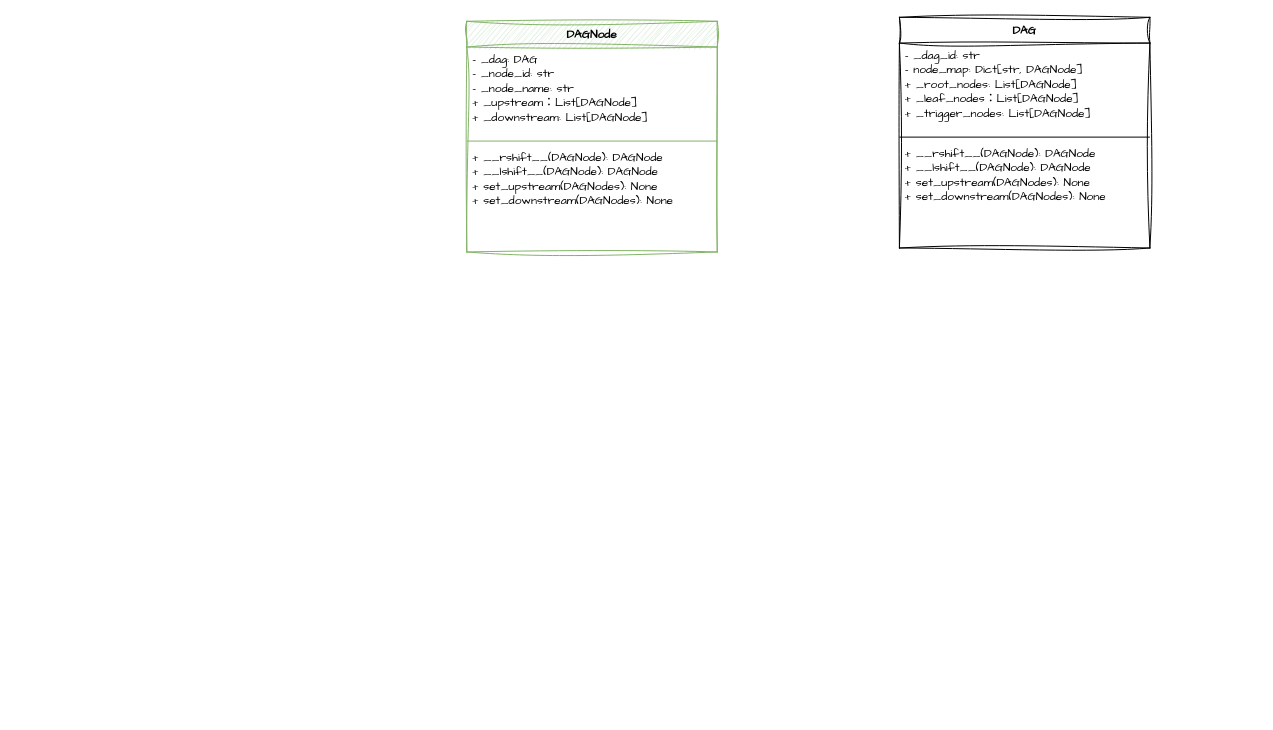
cumbersun/diagrams keeps this draw.io diagram as awel架构.drawio. Above is the earlier version. Source tidied: cells renumbered, new cells numbered last; positions are measured from the earlier drawing's top-left corner, leaving out a move shared by most shapes. Both pictures are drawn from the tidied source at 99%, with x=0, y=0 at pixel (466, 17).
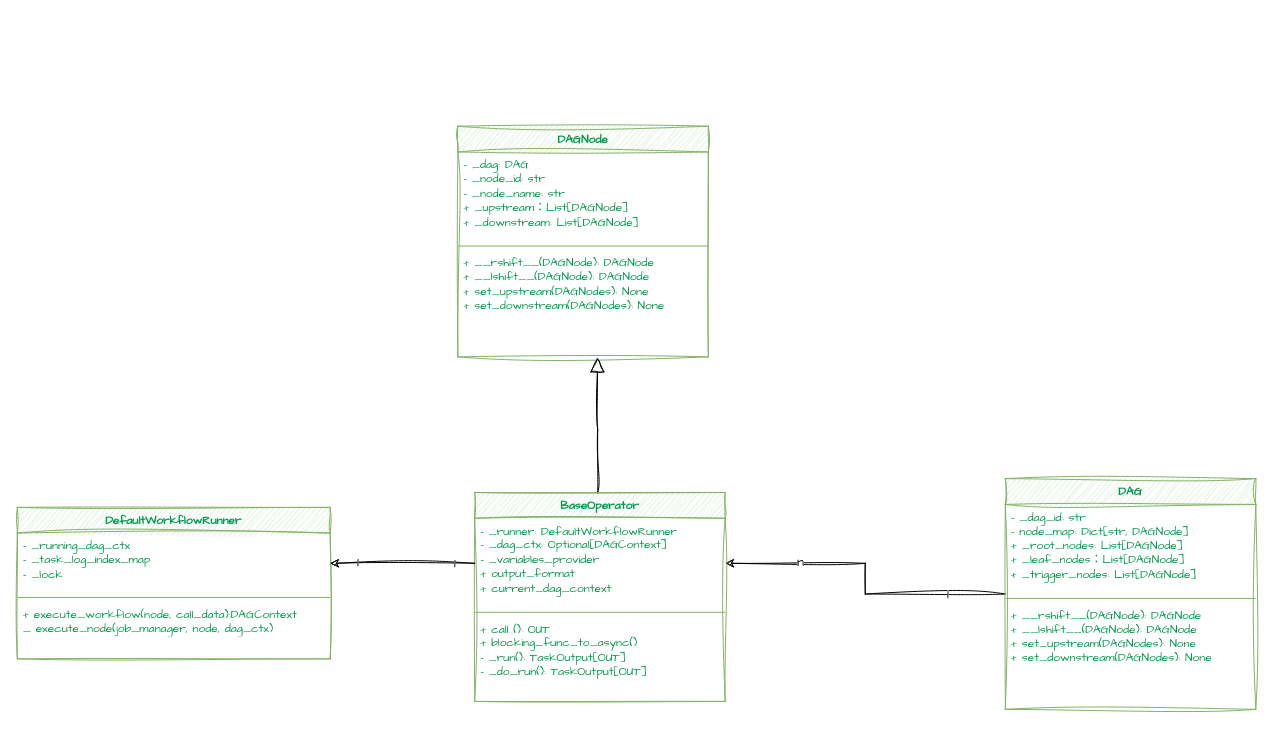
Above is the later version.

The edit, as a diff of the source:
```diff
@@
-    <mxCell id="2" value="DAGNode" style="swimlane;fontStyle=1;align=center;verticalAlign=top;horizontal=1;startSize=26;whiteSpace=wrap;html=1;sketch=1;curveFitting=1;jiggle=2;fontFamily=Comic Sans MS;fillColor=#d5e8d4;strokeColor=#82b366;" parent="1" vertex="1">
-      <mxGeometry y="4" width="253" height="233" as="geometry" />
+    <mxCell id="2" value="DAGNode" style="swimlane;fontStyle=1;align=center;verticalAlign=top;horizontal=1;startSize=26;whiteSpace=wrap;html=1;sketch=1;curveFitting=1;jiggle=2;fontFamily=Comic Sans MS;fillColor=#d5e8d4;strokeColor=#82b366;fontColor=#00994D;" parent="1" vertex="1">
+      <mxGeometry x="-9" y="110" width="253" height="233" as="geometry" />
     </mxCell>
-    <mxCell id="3" value="&lt;div&gt;- _dag: DAG&lt;/div&gt;- _node_id: str&lt;div&gt;- _node_name: str&lt;/div&gt;&lt;div&gt;+&amp;nbsp;_upstream：List[DAGNode]&lt;/div&gt;&lt;div&gt;+ _downstream:&amp;nbsp;&lt;span style=&quot;background-color: transparent; color: light-dark(rgb(0, 0, 0), rgb(255, 255, 255));&quot;&gt;List[DAGNode]&lt;/span&gt;&lt;/div&gt;&lt;div&gt;&lt;span style=&quot;background-color: transparent; color: light-dark(rgb(0, 0, 0), rgb(255, 255, 255));&quot;&gt;&lt;br&gt;&lt;/span&gt;&lt;/div&gt;" style="text;strokeColor=none;fillColor=none;align=left;verticalAlign=top;spacingLeft=4;spacingRight=4;overflow=hidden;whiteSpace=wrap;html=1;fontFamily=Comic Sans MS;" parent="2" vertex="1">
+    <mxCell id="3" value="&lt;div&gt;- _dag: DAG&lt;/div&gt;- _node_id: str&lt;div&gt;- _node_name: str&lt;/div&gt;&lt;div&gt;+&amp;nbsp;_upstream：List[DAGNode]&lt;/div&gt;&lt;div&gt;+ _downstream:&amp;nbsp;&lt;span style=&quot;background-color: transparent;&quot;&gt;List[DAGNode]&lt;/span&gt;&lt;/div&gt;&lt;div&gt;&lt;span style=&quot;background-color: transparent;&quot;&gt;&lt;br&gt;&lt;/span&gt;&lt;/div&gt;" style="text;strokeColor=none;fillColor=none;align=left;verticalAlign=top;spacingLeft=4;spacingRight=4;overflow=hidden;whiteSpace=wrap;html=1;fontFamily=Comic Sans MS;fontColor=#00994D;" parent="2" vertex="1">
       <mxGeometry y="26" width="253" height="91" as="geometry" />
     </mxCell>
-    <mxCell id="4" style="line;strokeWidth=1;fillColor=none;align=left;verticalAlign=middle;spacingTop=-1;spacingLeft=3;spacingRight=3;labelPosition=right;strokeColor=inherit;fontFamily=Comic Sans MS;" parent="2" vertex="1">
+    <mxCell id="4" style="line;strokeWidth=1;fillColor=none;align=left;verticalAlign=middle;spacingTop=-1;spacingLeft=3;spacingRight=3;labelPosition=right;strokeColor=inherit;fontFamily=Comic Sans MS;fontColor=#00994D;" parent="2" vertex="1">
       <mxGeometry y="117" width="253" height="8" as="geometry" />
     </mxCell>
-    <mxCell id="5" value="&lt;div&gt;+ __rshift__(DAGNode):&amp;nbsp;&lt;span style=&quot;background-color: transparent; color: light-dark(rgb(0, 0, 0), rgb(255, 255, 255));&quot;&gt;DAGNode&lt;/span&gt;&lt;/div&gt;&lt;div&gt;+ __lshift__(DAGNode):&amp;nbsp;&lt;span style=&quot;color: light-dark(rgb(0, 0, 0), rgb(255, 255, 255)); background-color: transparent;&quot;&gt;DAGNode&lt;/span&gt;&lt;/div&gt;+ set_upstream(DAGNodes): None&lt;div&gt;+ set_downstream(DAGNodes): None&lt;br&gt;&lt;br&gt;&lt;div&gt;&lt;br&gt;&lt;/div&gt;&lt;/div&gt;" style="text;strokeColor=none;fillColor=none;align=left;verticalAlign=top;spacingLeft=4;spacingRight=4;overflow=hidden;points=[[0,0.5],[1,0.5]];portConstraint=eastwest;whiteSpace=wrap;html=1;fontFamily=Comic Sans MS;" parent="2" vertex="1">
+    <mxCell id="5" value="&lt;div&gt;+ __rshift__(DAGNode):&amp;nbsp;&lt;span style=&quot;background-color: transparent;&quot;&gt;DAGNode&lt;/span&gt;&lt;/div&gt;&lt;div&gt;+ __lshift__(DAGNode):&amp;nbsp;&lt;span style=&quot;background-color: transparent;&quot;&gt;DAGNode&lt;/span&gt;&lt;/div&gt;+ set_upstream(DAGNodes): None&lt;div&gt;+ set_downstream(DAGNodes): None&lt;br&gt;&lt;br&gt;&lt;div&gt;&lt;br&gt;&lt;/div&gt;&lt;/div&gt;" style="text;strokeColor=none;fillColor=none;align=left;verticalAlign=top;spacingLeft=4;spacingRight=4;overflow=hidden;points=[[0,0.5],[1,0.5]];portConstraint=eastwest;whiteSpace=wrap;html=1;fontFamily=Comic Sans MS;fontColor=#00994D;" parent="2" vertex="1">
       <mxGeometry y="125" width="253" height="108" as="geometry" />
     </mxCell>
+    <mxCell id="10" style="edgeStyle=orthogonalEdgeStyle;rounded=0;jettySize=auto;html=1;entryX=1;entryY=0.5;entryDx=0;entryDy=0;sketch=1;curveFitting=1;jiggle=2;" parent="1" edge="1" source="6" target="15">
+      <mxGeometry relative="1" as="geometry" />
+    </mxCell>
+    <mxCell id="11" value="&lt;font style=&quot;font-size: 14px;&quot; face=&quot;Comic Sans MS&quot;&gt;1&lt;/font&gt;" style="edgeLabel;html=1;align=center;verticalAlign=middle;" parent="10" vertex="1">
+      <mxGeometry x="-0.64" y="-1" relative="1" as="geometry">
+        <mxPoint x="-2" y="1" as="offset" />
+      </mxGeometry>
+    </mxCell>
+    <mxCell id="12" value="&lt;font style=&quot;font-size: 14px;&quot; face=&quot;Comic Sans MS&quot;&gt;n&lt;/font&gt;" style="edgeLabel;html=1;align=center;verticalAlign=middle;" parent="10" vertex="1">
+      <mxGeometry x="0.52" y="-1" relative="1" as="geometry" />
+    </mxCell>
-    <mxCell id="6" value="DAG" style="swimlane;fontStyle=1;align=center;verticalAlign=top;horizontal=1;startSize=26;whiteSpace=wrap;html=1;sketch=1;curveFitting=1;jiggle=2;fontFamily=Comic Sans MS;" parent="1" vertex="1">
-      <mxGeometry x="437" width="253" height="233" as="geometry" />
+    <mxCell id="6" value="DAG" style="swimlane;fontStyle=1;align=center;verticalAlign=top;horizontal=1;startSize=26;whiteSpace=wrap;html=1;sketch=1;curveFitting=1;jiggle=2;fontFamily=Comic Sans MS;fillColor=#d5e8d4;strokeColor=#82b366;fontColor=#00994D;" parent="1" vertex="1">
+      <mxGeometry x="544" y="466" width="253" height="233" as="geometry" />
     </mxCell>
-    <mxCell id="7" value="&lt;div&gt;- _dag_id: str&lt;/div&gt;&lt;div&gt;&lt;span style=&quot;background-color: transparent; color: light-dark(rgb(0, 0, 0), rgb(255, 255, 255));&quot;&gt;- node_map:&amp;nbsp;&lt;/span&gt;&lt;span style=&quot;background-color: transparent;&quot;&gt;Dict[str, DAGNode]&lt;/span&gt;&lt;/div&gt;&lt;div&gt;+ _root_nodes:&amp;nbsp;&lt;span style=&quot;background-color: transparent; color: light-dark(rgb(0, 0, 0), rgb(255, 255, 255));&quot;&gt;List[DAGNode]&lt;/span&gt;&lt;/div&gt;&lt;div&gt;+&amp;nbsp;_leaf_nodes：List[DAGNode]&lt;/div&gt;&lt;div&gt;+ _trigger_nodes:&amp;nbsp;&lt;span style=&quot;background-color: transparent; color: light-dark(rgb(0, 0, 0), rgb(255, 255, 255));&quot;&gt;List[DAGNode]&lt;/span&gt;&lt;/div&gt;&lt;div&gt;&lt;span style=&quot;background-color: transparent; color: light-dark(rgb(0, 0, 0), rgb(255, 255, 255));&quot;&gt;&lt;br&gt;&lt;/span&gt;&lt;/div&gt;" style="text;strokeColor=none;fillColor=none;align=left;verticalAlign=top;spacingLeft=4;spacingRight=4;overflow=hidden;whiteSpace=wrap;html=1;fontFamily=Comic Sans MS;" parent="6" vertex="1">
+    <mxCell id="7" value="&lt;div&gt;- _dag_id: str&lt;/div&gt;&lt;div&gt;&lt;span style=&quot;background-color: transparent;&quot;&gt;- node_map:&amp;nbsp;&lt;/span&gt;&lt;span style=&quot;background-color: transparent;&quot;&gt;Dict[str, DAGNode]&lt;/span&gt;&lt;/div&gt;&lt;div&gt;+ _root_nodes:&amp;nbsp;&lt;span style=&quot;background-color: transparent;&quot;&gt;List[DAGNode]&lt;/span&gt;&lt;/div&gt;&lt;div&gt;+&amp;nbsp;_leaf_nodes：List[DAGNode]&lt;/div&gt;&lt;div&gt;+ _trigger_nodes:&amp;nbsp;&lt;span style=&quot;background-color: transparent;&quot;&gt;List[DAGNode]&lt;/span&gt;&lt;/div&gt;&lt;div&gt;&lt;span style=&quot;background-color: transparent;&quot;&gt;&lt;br&gt;&lt;/span&gt;&lt;/div&gt;" style="text;strokeColor=none;fillColor=none;align=left;verticalAlign=top;spacingLeft=4;spacingRight=4;overflow=hidden;whiteSpace=wrap;html=1;fontFamily=Comic Sans MS;fontColor=#00994D;" parent="6" vertex="1">
       <mxGeometry y="26" width="253" height="91" as="geometry" />
     </mxCell>
-    <mxCell id="8" style="line;strokeWidth=1;fillColor=none;align=left;verticalAlign=middle;spacingTop=-1;spacingLeft=3;spacingRight=3;labelPosition=right;strokeColor=inherit;fontFamily=Comic Sans MS;" parent="6" vertex="1">
+    <mxCell id="8" style="line;strokeWidth=1;fillColor=none;align=left;verticalAlign=middle;spacingTop=-1;spacingLeft=3;spacingRight=3;labelPosition=right;strokeColor=inherit;fontFamily=Comic Sans MS;fontColor=#00994D;" parent="6" vertex="1">
       <mxGeometry y="117" width="253" height="8" as="geometry" />
     </mxCell>
-    <mxCell id="9" value="&lt;div&gt;+ __rshift__(DAGNode):&amp;nbsp;&lt;span style=&quot;background-color: transparent; color: light-dark(rgb(0, 0, 0), rgb(255, 255, 255));&quot;&gt;DAGNode&lt;/span&gt;&lt;/div&gt;&lt;div&gt;+ __lshift__(DAGNode):&amp;nbsp;&lt;span style=&quot;color: light-dark(rgb(0, 0, 0), rgb(255, 255, 255)); background-color: transparent;&quot;&gt;DAGNode&lt;/span&gt;&lt;/div&gt;+ set_upstream(DAGNodes): None&lt;div&gt;+ set_downstream(DAGNodes): None&lt;br&gt;&lt;br&gt;&lt;div&gt;&lt;br&gt;&lt;/div&gt;&lt;/div&gt;" style="text;strokeColor=none;fillColor=none;align=left;verticalAlign=top;spacingLeft=4;spacingRight=4;overflow=hidden;whiteSpace=wrap;html=1;fontFamily=Comic Sans MS;" parent="6" vertex="1">
+    <mxCell id="9" value="&lt;div&gt;+ __rshift__(DAGNode):&amp;nbsp;&lt;span style=&quot;background-color: transparent;&quot;&gt;DAGNode&lt;/span&gt;&lt;/div&gt;&lt;div&gt;+ __lshift__(DAGNode):&amp;nbsp;&lt;span style=&quot;background-color: transparent;&quot;&gt;DAGNode&lt;/span&gt;&lt;/div&gt;+ set_upstream(DAGNodes): None&lt;div&gt;+ set_downstream(DAGNodes): None&lt;br&gt;&lt;br&gt;&lt;div&gt;&lt;br&gt;&lt;/div&gt;&lt;/div&gt;" style="text;strokeColor=none;fillColor=none;align=left;verticalAlign=top;spacingLeft=4;spacingRight=4;overflow=hidden;whiteSpace=wrap;html=1;fontFamily=Comic Sans MS;fontColor=#00994D;" parent="6" vertex="1">
       <mxGeometry y="125" width="253" height="108" as="geometry" />
     </mxCell>
+    <mxCell id="13" style="edgeStyle=orthogonalEdgeStyle;rounded=0;jettySize=auto;html=1;entryX=0.557;entryY=1.009;entryDx=0;entryDy=0;entryPerimeter=0;endArrow=block;endFill=0;endSize=12;sketch=1;curveFitting=1;jiggle=2;exitX=0.491;exitY=0.003;exitDx=0;exitDy=0;exitPerimeter=0;fontColor=#00994D;" parent="1" edge="1" source="14" target="5">
+      <mxGeometry relative="1" as="geometry" />
+    </mxCell>
+    <mxCell id="14" value="BaseOperator" style="swimlane;fontStyle=1;align=center;verticalAlign=top;horizontal=1;startSize=26;whiteSpace=wrap;html=1;sketch=1;curveFitting=1;jiggle=2;fontFamily=Comic Sans MS;fillColor=#d5e8d4;strokeColor=#82b366;fontColor=#00994D;" parent="1" vertex="1">
+      <mxGeometry x="8" y="480" width="253" height="211" as="geometry" />
+    </mxCell>
+    <mxCell id="15" value="&lt;div&gt;- _runner: DefaultWorkflowRunner&lt;/div&gt;&lt;div&gt;- _dag_ctx: Optional[DAGContext]&lt;/div&gt;&lt;div&gt;- _variables_provider&lt;/div&gt;&lt;div&gt;+ output_format&lt;/div&gt;&lt;div&gt;+ current_dag_context&lt;/div&gt;&lt;div&gt;&lt;span style=&quot;background-color: transparent;&quot;&gt;&lt;br&gt;&lt;/span&gt;&lt;/div&gt;" style="text;strokeColor=none;fillColor=none;align=left;verticalAlign=top;spacingLeft=4;spacingRight=4;overflow=hidden;points=[[0,0.5],[1,0.5]];portConstraint=eastwest;whiteSpace=wrap;html=1;fontFamily=Comic Sans MS;fontColor=#00994D;" parent="14" vertex="1">
+      <mxGeometry y="26" width="253" height="91" as="geometry" />
+    </mxCell>
+    <mxCell id="16" style="line;strokeWidth=1;fillColor=none;align=left;verticalAlign=middle;spacingTop=-1;spacingLeft=3;spacingRight=3;labelPosition=right;strokeColor=inherit;fontFamily=Comic Sans MS;fontColor=#00994D;" parent="14" vertex="1">
+      <mxGeometry y="117" width="253" height="8" as="geometry" />
+    </mxCell>
+    <mxCell id="17" value="&lt;div&gt;+ call (): OUT&lt;/div&gt;&lt;div&gt;+&amp;nbsp;blocking_func_to_async()&lt;/div&gt;&lt;div&gt;- _run()&lt;span style=&quot;background-color: transparent;&quot;&gt;: TaskOutput[OUT]&lt;/span&gt;&lt;/div&gt;&lt;div&gt;- _do_run(): TaskOutput[OUT]&lt;/div&gt;&lt;div&gt;&lt;div&gt;&lt;br&gt;&lt;/div&gt;&lt;/div&gt;" style="text;strokeColor=none;fillColor=none;align=left;verticalAlign=top;spacingLeft=4;spacingRight=4;overflow=hidden;whiteSpace=wrap;html=1;fontFamily=Comic Sans MS;fontColor=#00994D;" parent="14" vertex="1">
+      <mxGeometry y="125" width="253" height="86" as="geometry" />
+    </mxCell>
+    <mxCell id="18" value="DefaultWorkflowRunner" style="swimlane;fontStyle=1;align=center;verticalAlign=top;horizontal=1;startSize=26;whiteSpace=wrap;html=1;sketch=1;curveFitting=1;jiggle=2;fontFamily=Comic Sans MS;fillColor=#d5e8d4;strokeColor=#82b366;fontColor=#00994D;" parent="1" vertex="1">
+      <mxGeometry x="-454" y="495" width="316" height="153" as="geometry" />
+    </mxCell>
+    <mxCell id="19" value="&lt;div&gt;- _running_dag_ctx&lt;/div&gt;&lt;div&gt;- _task_log_index_map&lt;/div&gt;&lt;div&gt;- _lock&lt;/div&gt;&lt;div&gt;&lt;span style=&quot;background-color: transparent;&quot;&gt;&lt;br&gt;&lt;/span&gt;&lt;/div&gt;" style="text;strokeColor=none;fillColor=none;align=left;verticalAlign=top;spacingLeft=4;spacingRight=4;overflow=hidden;points=[[0,0.5],[1,0.5]];portConstraint=eastwest;whiteSpace=wrap;html=1;fontFamily=Comic Sans MS;fontColor=#00994D;" parent="18" vertex="1">
+      <mxGeometry y="26" width="316" height="61" as="geometry" />
+    </mxCell>
+    <mxCell id="20" style="line;strokeWidth=1;fillColor=none;align=left;verticalAlign=middle;spacingTop=-1;spacingLeft=3;spacingRight=3;labelPosition=right;strokeColor=inherit;fontFamily=Comic Sans MS;fontColor=#00994D;" parent="18" vertex="1">
+      <mxGeometry y="87" width="316" height="8" as="geometry" />
+    </mxCell>
+    <mxCell id="21" value="&lt;div&gt;+ execute_workflow(node, call_data):DAGContext&lt;/div&gt;&lt;div&gt;_ execute_node(job_manager, node, dag_ctx)&lt;/div&gt;" style="text;strokeColor=none;fillColor=none;align=left;verticalAlign=top;spacingLeft=4;spacingRight=4;overflow=hidden;whiteSpace=wrap;html=1;fontFamily=Comic Sans MS;fontColor=#00994D;" parent="18" vertex="1">
+      <mxGeometry y="95" width="316" height="58" as="geometry" />
+    </mxCell>
+    <mxCell id="22" style="edgeStyle=orthogonalEdgeStyle;rounded=0;jettySize=auto;html=1;entryX=1;entryY=0.5;entryDx=0;entryDy=0;sketch=1;curveFitting=1;jiggle=2;" parent="1" edge="1" source="15" target="19">
+      <mxGeometry relative="1" as="geometry" />
+    </mxCell>
+    <mxCell id="23" value="1" style="edgeLabel;html=1;align=center;verticalAlign=middle;fontSize=14;fontFamily=Comic Sans MS;" parent="22" vertex="1">
+      <mxGeometry x="0.63" y="-1" relative="1" as="geometry" />
+    </mxCell>
+    <mxCell id="24" value="1" style="edgeLabel;html=1;align=center;verticalAlign=middle;fontSize=14;fontFamily=Comic Sans MS;" parent="22" vertex="1">
+      <mxGeometry x="-0.71" relative="1" as="geometry" />
+    </mxCell>
```
